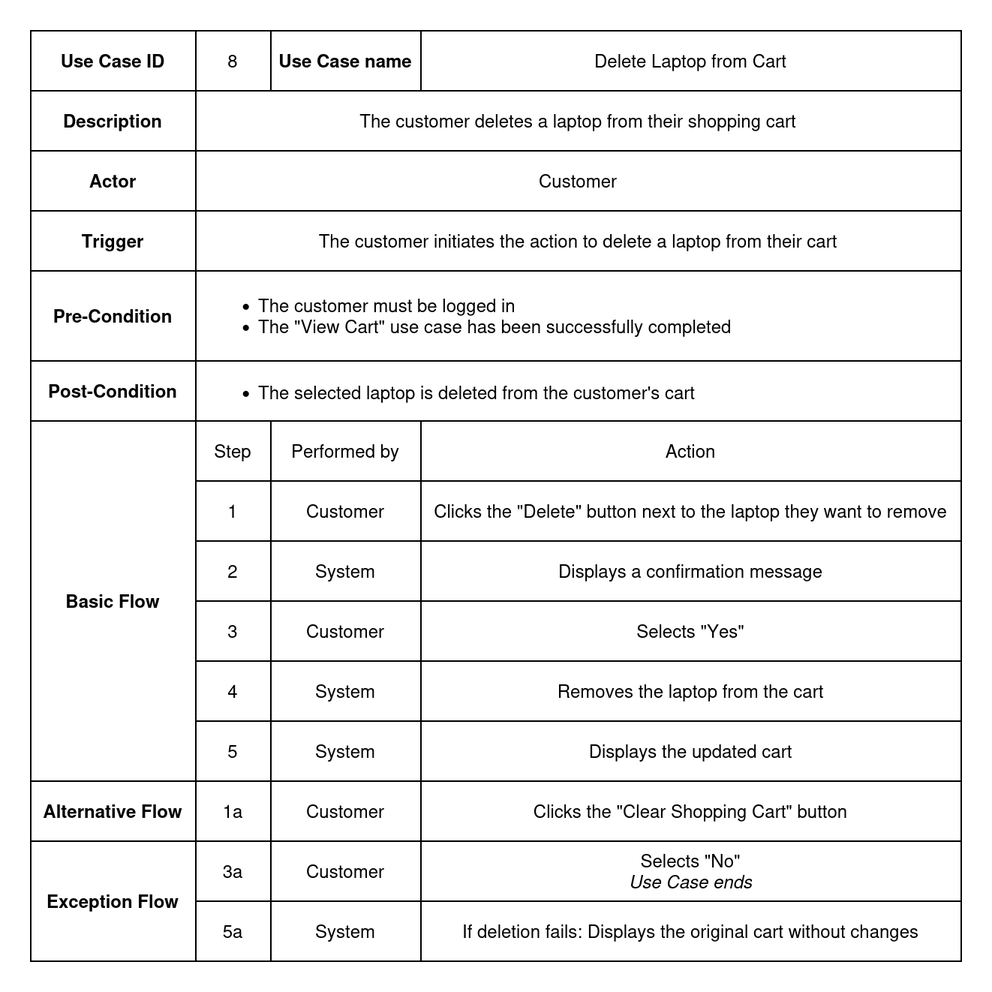
auphong2707/itse-laptopshop-management-web-application keeps this draw.io diagram as documentation/Images/usecase_metadata_card/uc_8_delete_laptop_from_cart.drawio.png. Above is the earlier version. Source tidied: cells renumbered, new cells last; positions are measured from the earlier drawing's top-left corner, leaving out a move shared by most shapes.
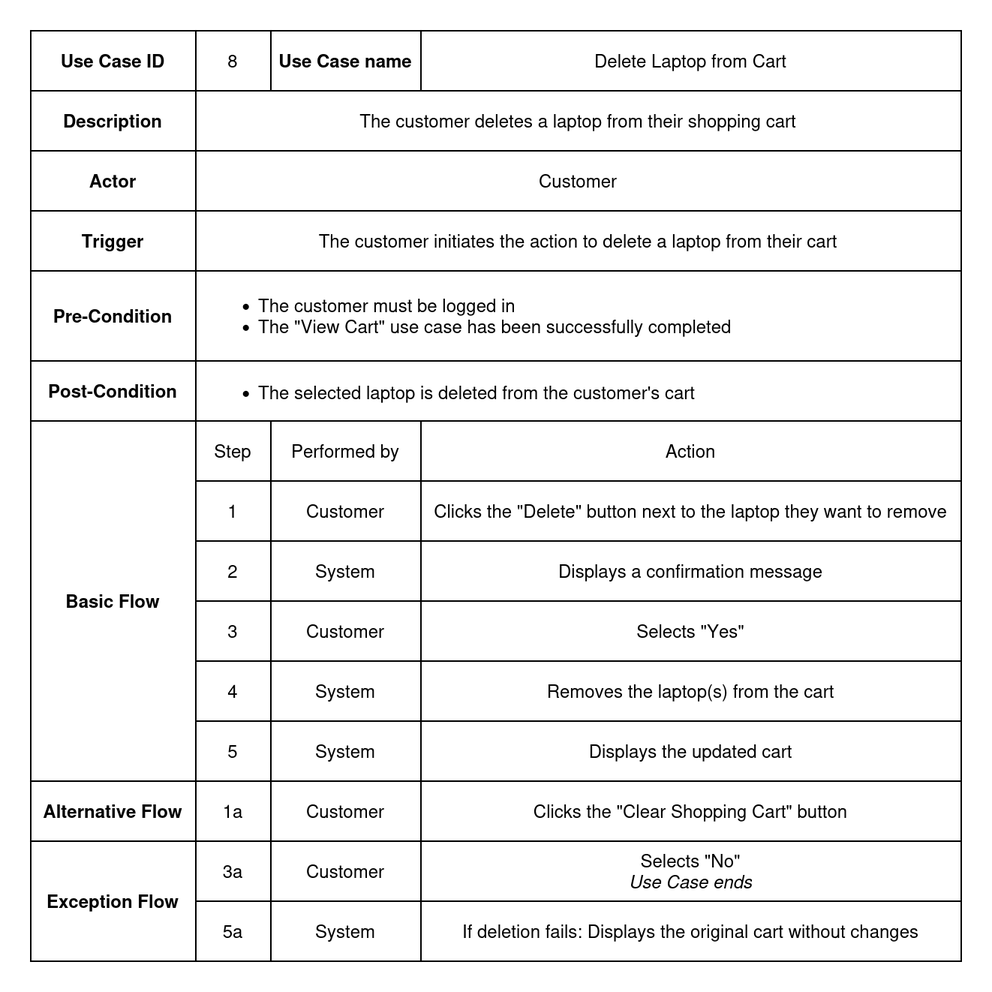
Later version of the same file.

Diff of the diagram source:
```diff
@@ -125,7 +125,7 @@
     <mxCell id="42" value="System" style="shape=partialRectangle;html=1;whiteSpace=wrap;strokeColor=inherit;overflow=hidden;fillColor=none;top=0;left=0;bottom=0;right=0;" parent="40" vertex="1">
       <mxGeometry x="160" width="100" height="40" as="geometry" />
     </mxCell>
-    <mxCell id="43" value="Removes the laptop from the cart" style="shape=partialRectangle;html=1;whiteSpace=wrap;strokeColor=inherit;overflow=hidden;fillColor=none;top=0;left=0;bottom=0;right=0;" parent="40" vertex="1">
+    <mxCell id="43" value="Removes the laptop(s) from the cart" style="shape=partialRectangle;html=1;whiteSpace=wrap;strokeColor=inherit;overflow=hidden;fillColor=none;top=0;left=0;bottom=0;right=0;" parent="40" vertex="1">
       <mxGeometry x="260" width="360" height="40" as="geometry" />
     </mxCell>
     <mxCell id="44" style="shape=tableRow;horizontal=0;startSize=0;swimlaneHead=0;swimlaneBody=0;strokeColor=inherit;top=0;left=0;bottom=0;right=0;fillColor=none;" parent="2" vertex="1">
```
